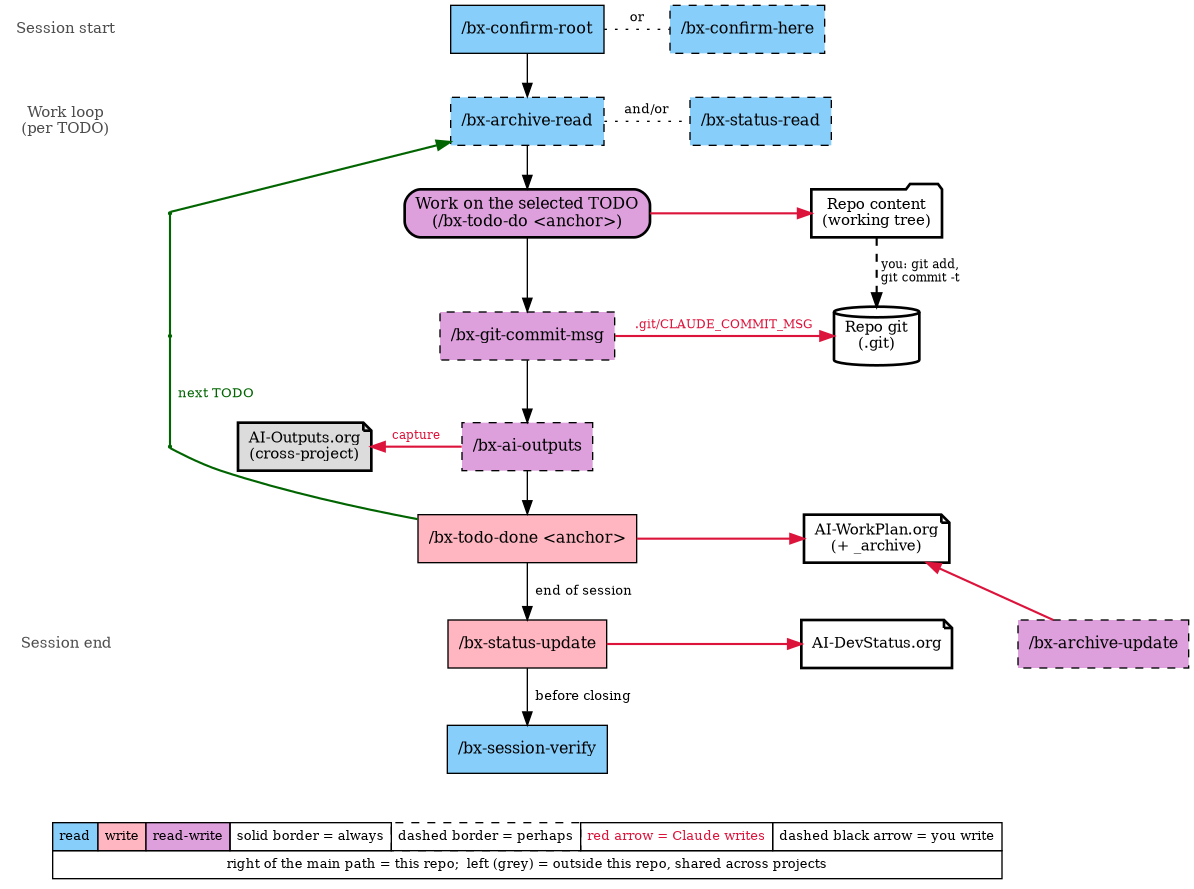
The Graphviz diagram py3/images/aiUsageWorkflow.png in bisos-pip/aiActivity, before a commit. Its source is kept beside it as py3/images/aiUsageWorkflow.gv.
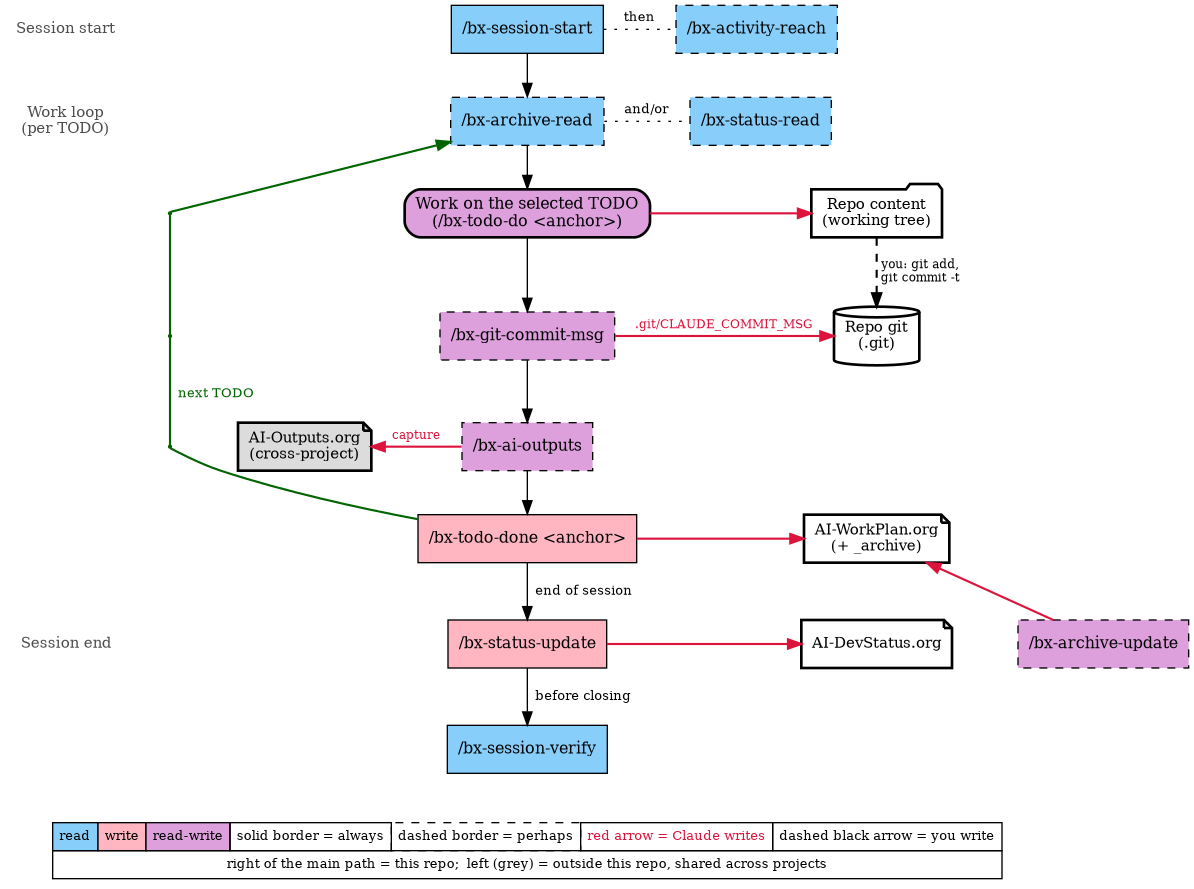
Above is the later version.

Change to the diagram source:
```diff
@@ -20,8 +20,8 @@
 	{
 		rank=same
 		lyr_start
-		confirmRoot [label="/bx-confirm-root" fillcolor=lightskyblue group=spine shape=rectangle style=filled]
-		confirmHere [label="/bx-confirm-here" fillcolor=lightskyblue shape=rectangle style="filled,dashed"]
+		confirmRoot [label="/bx-session-start" fillcolor=lightskyblue group=spine shape=rectangle style=filled]
+		confirmHere [label="/bx-activity-reach" fillcolor=lightskyblue shape=rectangle style="filled,dashed"]
 	}
 	{
 		rank=same
@@ -102,7 +102,7 @@
 	loopVia2 -> loopVia3 [color=darkgreen dir=none penwidth=1.6]
 	loopVia3 -> loopVia4 [label="  next TODO  " color=darkgreen dir=none fontcolor=darkgreen fontsize=10 penwidth=1.6]
 	loopVia4 -> done [color=darkgreen dir=none penwidth=1.6]
-	confirmRoot -> confirmHere [label=" or " arrowhead=none fontsize=10 style=dotted]
+	confirmRoot -> confirmHere [label=" then " arrowhead=none fontsize=10 style=dotted]
 	importArchive -> statusRead [label=" and/or " arrowhead=none fontsize=10 style=dotted]
 	legend [label=<<TABLE BORDER="0" CELLBORDER="1" CELLSPACING="0" CELLPADDING="4"><TR><TD BGCOLOR="lightskyblue">read</TD><TD BGCOLOR="lightpink">write</TD><TD BGCOLOR="plum">read-write</TD><TD>solid border = always</TD><TD STYLE="dashed">dashed border = perhaps</TD><TD><FONT COLOR="crimson">red arrow = Claude writes</FONT></TD><TD>dashed black arrow = you write</TD></TR><TR><TD COLSPAN="7">right of the main path = this repo;  left (grey) = outside this repo, shared across projects</TD></TR></TABLE>> fontsize=10 shape=plaintext]
 	sessionVerify -> legend [style=invis]
```
